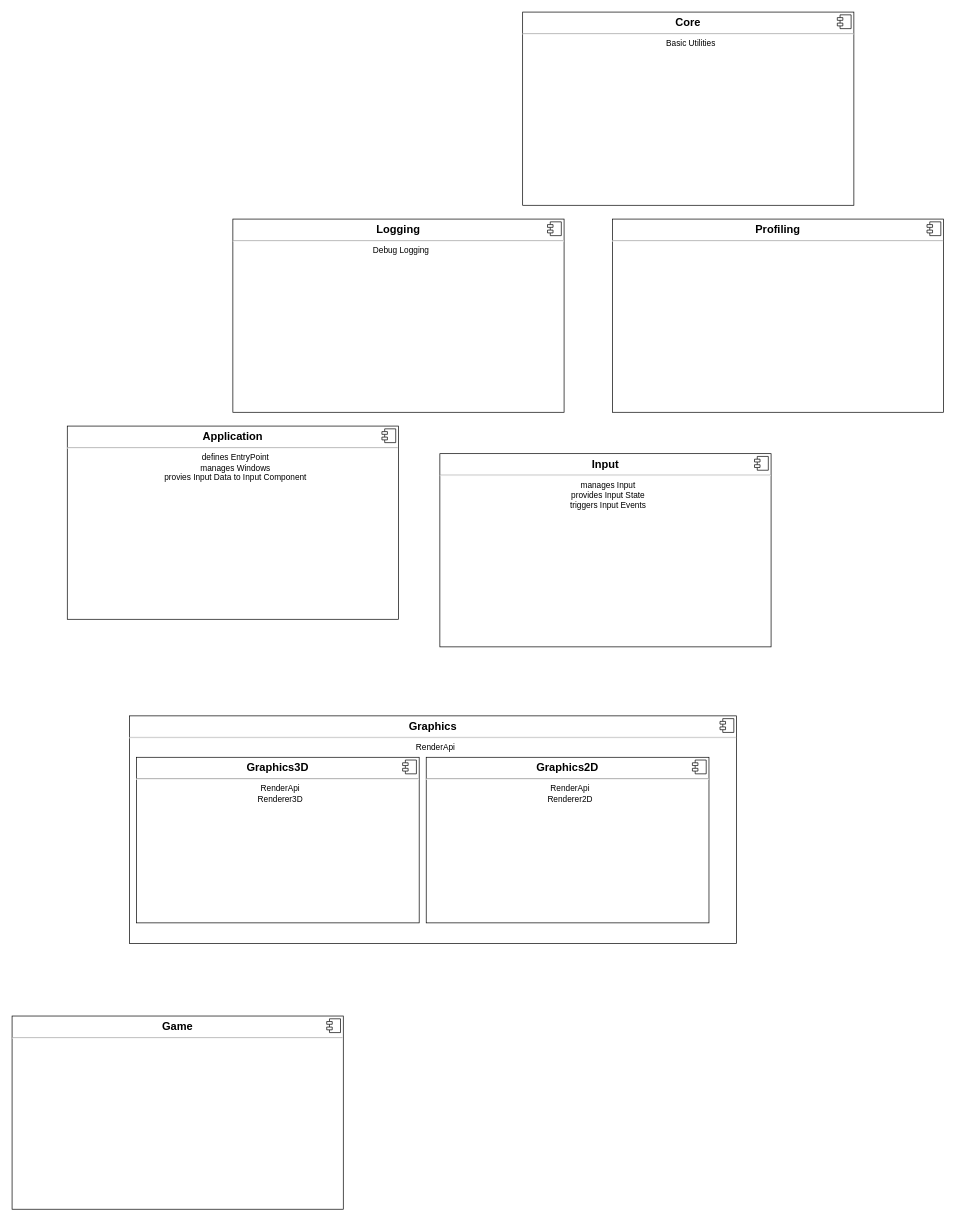
This is Kame Engine.drawio from keinich/Kame-Engine, a draw.io file, before an edit. Source tidied: cells renumbered, new cells numbered last; positions are measured from the earlier drawing's top-left corner, leaving out a move shared by most shapes. Both pictures are drawn from the tidied source at 69%, with x=0, y=0 at pixel (12, 12).
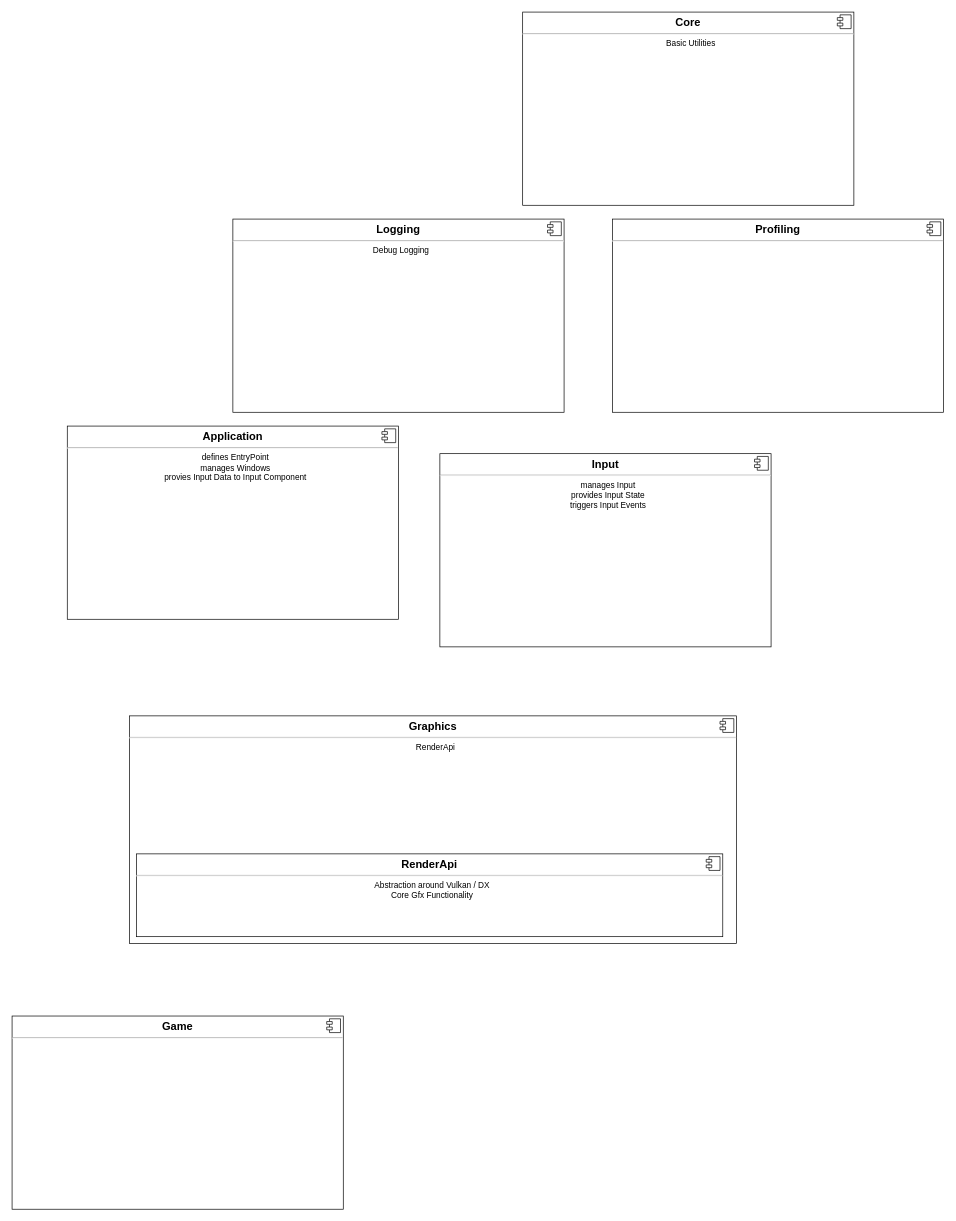
After the change.

Commit message (it also covers changes not shown here):
Graphics Api

Unchanged cells that the change refers to:
```xml
<mxCell id="12" style="group;" parent="1" vertex="1">
  <mxGeometry x="170" y="1020" width="880" height="330" as="geometry" />
</mxCell>
```

Change to the diagram source:
```diff
@@
-    <mxCell id="15" value="&lt;p style=&quot;margin: 6px 0px 0px&quot;&gt;&lt;b style=&quot;font-size: 16px&quot;&gt;Graphics3D&lt;/b&gt;&lt;/p&gt;&lt;hr&gt;&lt;p style=&quot;margin: 0px ; margin-left: 8px&quot;&gt;RenderApi&lt;/p&gt;&lt;p style=&quot;margin: 0px ; margin-left: 8px&quot;&gt;Renderer3D&lt;/p&gt;" style="align=center;overflow=fill;html=1;" parent="12" vertex="1">
-      <mxGeometry x="10.2" y="60" width="409.8" height="240" as="geometry" />
+    <mxCell id="15" value="&lt;p style=&quot;margin: 6px 0px 0px&quot;&gt;&lt;b style=&quot;font-size: 16px&quot;&gt;RenderApi&lt;/b&gt;&lt;/p&gt;&lt;hr&gt;&lt;p style=&quot;margin: 0px ; margin-left: 8px&quot;&gt;Abstraction around Vulkan / DX&lt;/p&gt;&lt;p style=&quot;margin: 0px ; margin-left: 8px&quot;&gt;Core Gfx Functionality&lt;/p&gt;" style="align=center;overflow=fill;html=1;" parent="12" vertex="1">
+      <mxGeometry x="10.2" y="200" width="849.8" height="120" as="geometry" />
     </mxCell>
@@
-    <mxCell id="17" value="&lt;p style=&quot;margin: 6px 0px 0px&quot;&gt;&lt;b style=&quot;font-size: 16px&quot;&gt;Graphics2D&lt;/b&gt;&lt;/p&gt;&lt;hr&gt;&lt;p style=&quot;margin: 0px ; margin-left: 8px&quot;&gt;RenderApi&lt;/p&gt;&lt;p style=&quot;margin: 0px ; margin-left: 8px&quot;&gt;Renderer2D&lt;/p&gt;" style="align=center;overflow=fill;html=1;" parent="12" vertex="1">
-      <mxGeometry x="430.2" y="60" width="409.8" height="240" as="geometry" />
-    </mxCell>
-    <mxCell id="18" style="shape=component;jettyWidth=8;jettyHeight=4;" parent="17" vertex="1">
-      <mxGeometry x="1" width="20" height="20" relative="1" as="geometry">
-        <mxPoint x="-24" y="4" as="offset" />
-      </mxGeometry>
-    </mxCell>
```
